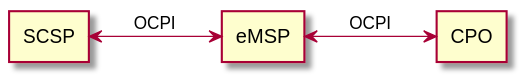
Earlier version of the PlantUML export images/topology_scsp_emsp.svg (ocpi/ocpi). Its source is kept beside it as plantuml/topology_scsp_emsp.plantuml. Source of this version:
```plantuml
@startuml

skinparam rectangle {
	roundCorner 8
}

left to right direction

agent SCSP
agent eMSP
agent CPO

SCSP <--> eMSP: OCPI
eMSP <--> CPO: OCPI

@enduml
```
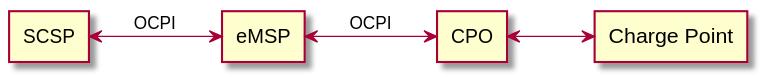
After the commit.

What changed in the source:
```diff
@@ -9,8 +9,10 @@
 agent SCSP
 agent eMSP
 agent CPO
+agent "Charge Point" AS CP
 
 SCSP <--> eMSP: OCPI
 eMSP <--> CPO: OCPI
+CPO <--> CP
 
 @enduml
```
